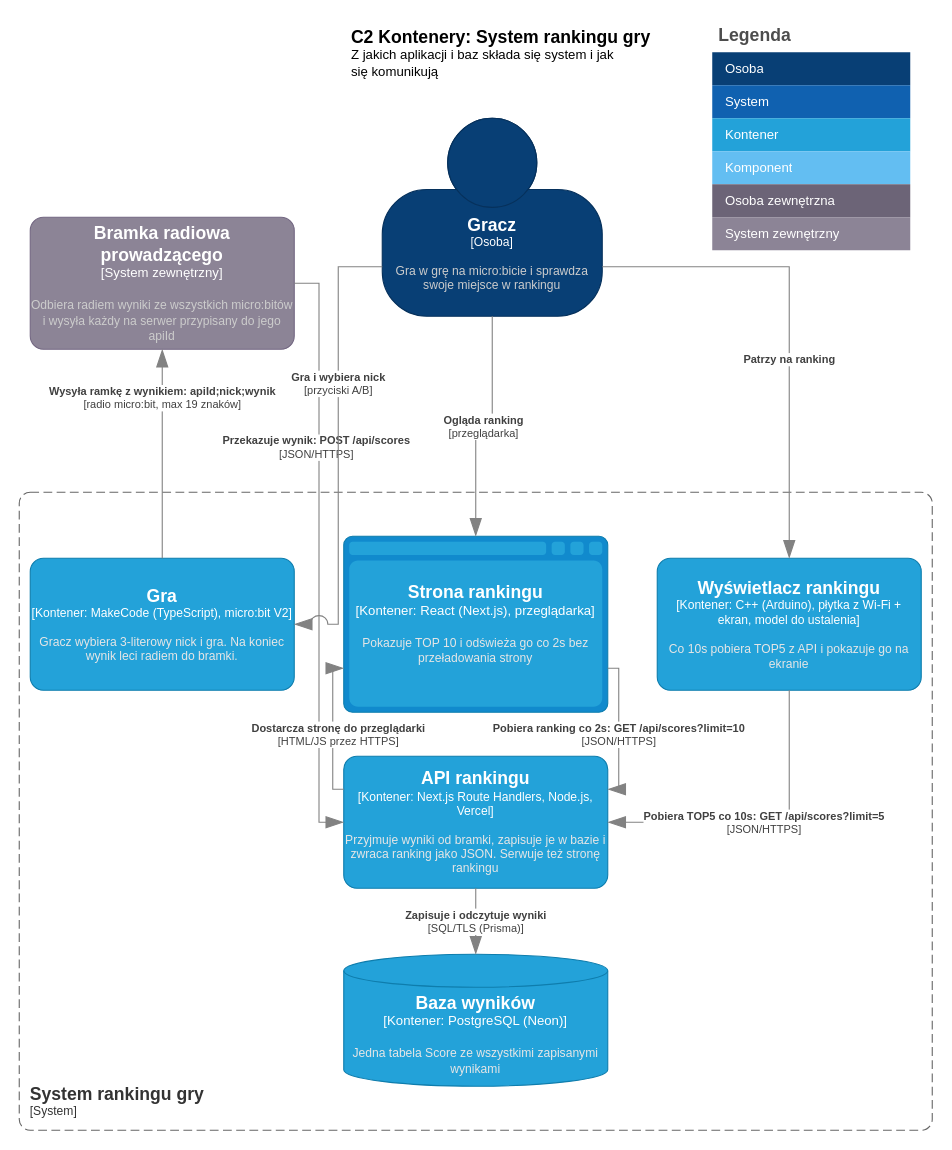
Before: page "C2 Kontenery" (2 of 4) of docs/c4-ranking.drawio in Damikk19/Sem5_JiPP, a draw.io diagram. Source tidied: cells renumbered, new cells numbered last; positions are measured from the earlier drawing's top-left corner, leaving out a move shared by most shapes. Both pictures are drawn from the tidied source at 110%, with x=0, y=0 at pixel (19, 19).
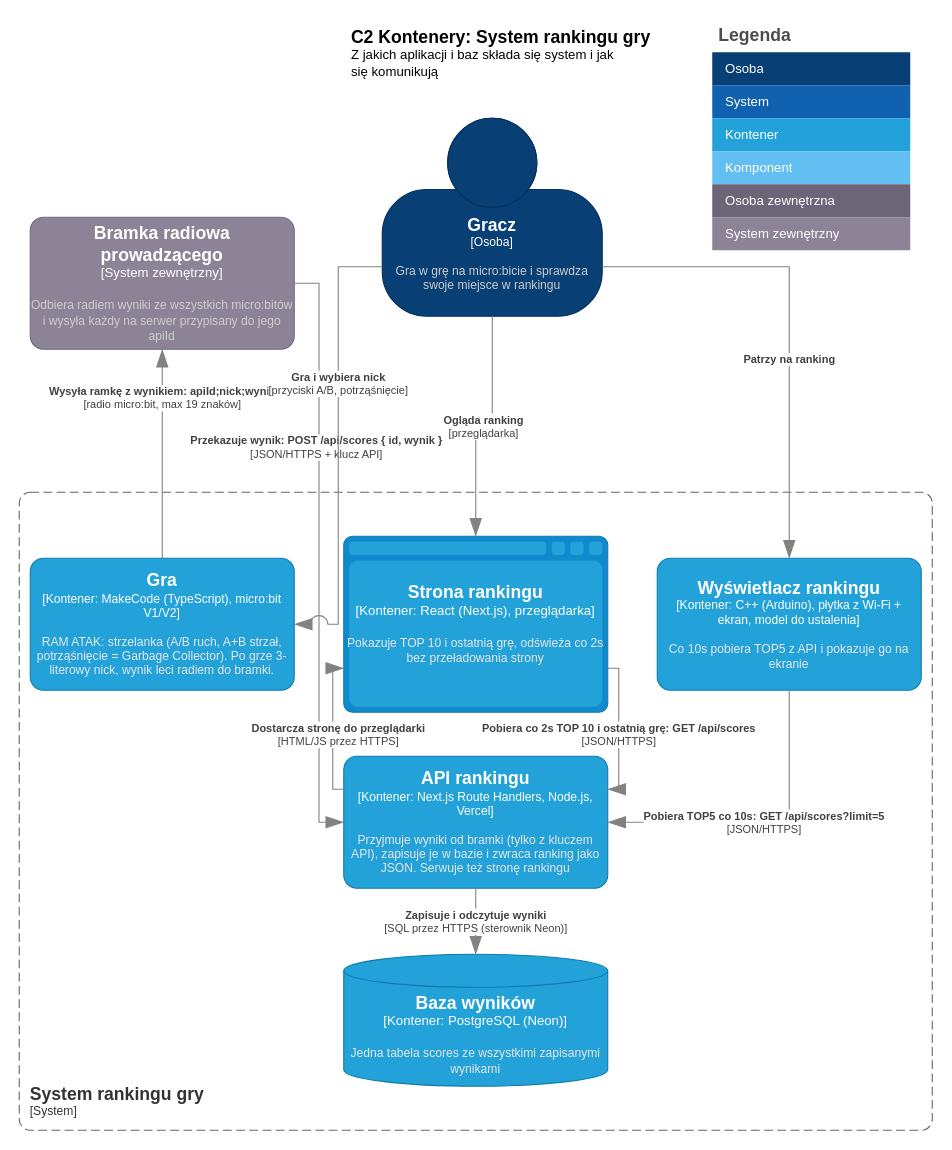
Above is the later version.

Commit message (it also covers changes not shown here):
C4: stan po 13.11 (klucz API, gra RAM ATAK, bez Prismy)

The change refers to these unchanged cells:
```xml
<object id="2" label="&lt;font style=&quot;font-size: 16px&quot;&gt;&lt;b&gt;%c4Name%&lt;/b&gt;&lt;/font&gt;&lt;div&gt;[%c4Type%]&lt;/div&gt;&lt;br&gt;&lt;div&gt;&lt;font style=&quot;font-size: 11px&quot;&gt;&lt;font color=&quot;#cccccc&quot;&gt;%c4Description%&lt;/font&gt;&lt;/div&gt;" c4Description="Gra w grę na micro:bicie i sprawdza swoje miejsce w rankingu" c4Name="Gracz" c4Type="Osoba" placeholders="1">
  <mxCell style="html=1;fontSize=11;dashed=0;whiteSpace=wrap;fillColor=#083F75;strokeColor=#06315C;fontColor=#ffffff;shape=mxgraph.c4.person2;align=center;points=[[0.5,0,0],[1,0.5,0],[1,0.75,0],[0.75,1,0],[0.5,1,0],[0.25,1,0],[0,0.75,0],[0,0.5,0]];" parent="1" vertex="1">
    <mxGeometry x="330" y="90" width="200" height="180" as="geometry" />
  </mxCell>
</object>
<object id="3" label="&lt;font style=&quot;font-size: 16px&quot;&gt;&lt;b&gt;%c4Name%&lt;/b&gt;&lt;/font&gt;&lt;div&gt;[%c4Type%]&lt;/div&gt;&lt;br&gt;&lt;div&gt;&lt;font style=&quot;font-size: 11px&quot;&gt;&lt;font color=&quot;#cccccc&quot;&gt;%c4Description%&lt;/font&gt;&lt;/div&gt;" c4Description="Odbiera radiem wyniki ze wszystkich micro:bitów i wysyła każdy na serwer przypisany do jego apiId" c4Name="Bramka radiowa prowadzącego" c4Type="System zewnętrzny" placeholders="1">
  <mxCell style="rounded=1;whiteSpace=wrap;html=1;labelBackgroundColor=none;fillColor=#8C8496;fontColor=#ffffff;align=center;arcSize=10;strokeColor=#736782;points=[[0.25,0,0],[0.5,0,0],[0.75,0,0],[1,0.25,0],[1,0.5,0],[1,0.75,0],[0.75,1,0],[0.5,1,0],[0.25,1,0],[0,0.75,0],[0,0.5,0],[0,0.25,0]];" parent="1" vertex="1">
    <mxGeometry x="10" y="180" width="240" height="120" as="geometry" />
  </mxCell>
</object>
```

The edit, as a diff of the source:
```diff
@@
-    <object id="18" label="&lt;font style=&quot;font-size: 16px&quot;&gt;&lt;b&gt;%c4Name%&lt;/b&gt;&lt;/font&gt;&lt;div&gt;[%c4Type%: %c4Technology%]&lt;/div&gt;&lt;br&gt;&lt;div&gt;&lt;font style=&quot;font-size: 11px&quot;&gt;&lt;font color=&quot;#E6E6E6&quot;&gt;%c4Description%&lt;/font&gt;&lt;/div&gt;" c4Description="Gracz wybiera 3-literowy nick i gra. Na koniec wynik leci radiem do bramki." c4Name="Gra" c4Technology="MakeCode (TypeScript), micro:bit V2" c4Type="Kontener" placeholders="1">
+    <object id="18" label="&lt;font style=&quot;font-size: 16px&quot;&gt;&lt;b&gt;%c4Name%&lt;/b&gt;&lt;/font&gt;&lt;div&gt;[%c4Type%: %c4Technology%]&lt;/div&gt;&lt;br&gt;&lt;div&gt;&lt;font style=&quot;font-size: 11px&quot;&gt;&lt;font color=&quot;#E6E6E6&quot;&gt;%c4Description%&lt;/font&gt;&lt;/div&gt;" c4Description="RAM ATAK: strzelanka (A/B ruch, A+B strzał, potrząśnięcie = Garbage Collector). Po grze 3-literowy nick, wynik leci radiem do bramki." c4Name="Gra" c4Technology="MakeCode (TypeScript), micro:bit V1/V2" c4Type="Kontener" placeholders="1">
       <mxCell style="rounded=1;whiteSpace=wrap;html=1;fontSize=11;labelBackgroundColor=none;fillColor=#23A2D9;fontColor=#ffffff;align=center;arcSize=10;strokeColor=#0E7DAD;points=[[0.25,0,0],[0.5,0,0],[0.75,0,0],[1,0.25,0],[1,0.5,0],[1,0.75,0],[0.75,1,0],[0.5,1,0],[0.25,1,0],[0,0.75,0],[0,0.5,0],[0,0.25,0]];" parent="1" vertex="1">
         <mxGeometry x="10" y="490" width="240" height="120" as="geometry" />
       </mxCell>
     </object>
-    <object id="19" label="&lt;font style=&quot;font-size: 16px&quot;&gt;&lt;b&gt;%c4Name%&lt;/b&gt;&lt;/font&gt;&lt;div&gt;[%c4Type%:&amp;nbsp;%c4Technology%]&lt;/div&gt;&lt;br&gt;&lt;div&gt;&lt;font style=&quot;font-size: 11px&quot;&gt;&lt;font color=&quot;#E6E6E6&quot;&gt;%c4Description%&lt;/font&gt;&lt;/div&gt;" c4Description="Pokazuje TOP 10 i odświeża go co 2s bez przeładowania strony" c4Name="Strona rankingu" c4Technology="React (Next.js), przeglądarka" c4Type="Kontener" placeholders="1">
+    <object id="19" label="&lt;font style=&quot;font-size: 16px&quot;&gt;&lt;b&gt;%c4Name%&lt;/b&gt;&lt;/font&gt;&lt;div&gt;[%c4Type%:&amp;nbsp;%c4Technology%]&lt;/div&gt;&lt;br&gt;&lt;div&gt;&lt;font style=&quot;font-size: 11px&quot;&gt;&lt;font color=&quot;#E6E6E6&quot;&gt;%c4Description%&lt;/font&gt;&lt;/div&gt;" c4Description="Pokazuje TOP 10 i ostatnią grę, odświeża co 2s bez przeładowania strony" c4Name="Strona rankingu" c4Technology="React (Next.js), przeglądarka" c4Type="Kontener" placeholders="1">
       <mxCell style="shape=mxgraph.c4.webBrowserContainer2;whiteSpace=wrap;html=1;boundedLbl=1;rounded=0;labelBackgroundColor=none;strokeColor=#118ACD;fillColor=#23A2D9;strokeColor=#118ACD;strokeColor2=#0E7DAD;fontSize=12;fontColor=#ffffff;align=center;points=[[0.5,0,0],[1,0.25,0],[1,0.5,0],[1,0.75,0],[0.5,1,0],[0,0.75,0],[0,0.5,0],[0,0.25,0]];" parent="1" vertex="1">
         <mxGeometry x="295" y="470" width="240" height="160" as="geometry" />
       </mxCell>
     </object>
@@
-    <object id="21" label="&lt;font style=&quot;font-size: 16px&quot;&gt;&lt;b&gt;%c4Name%&lt;/b&gt;&lt;/font&gt;&lt;div&gt;[%c4Type%: %c4Technology%]&lt;/div&gt;&lt;br&gt;&lt;div&gt;&lt;font style=&quot;font-size: 11px&quot;&gt;&lt;font color=&quot;#E6E6E6&quot;&gt;%c4Description%&lt;/font&gt;&lt;/div&gt;" c4Description="Przyjmuje wyniki od bramki, zapisuje je w bazie i zwraca ranking jako JSON. Serwuje też stronę rankingu" c4Name="API rankingu" c4Technology="Next.js Route Handlers, Node.js, Vercel" c4Type="Kontener" placeholders="1">
+    <object id="21" label="&lt;font style=&quot;font-size: 16px&quot;&gt;&lt;b&gt;%c4Name%&lt;/b&gt;&lt;/font&gt;&lt;div&gt;[%c4Type%: %c4Technology%]&lt;/div&gt;&lt;br&gt;&lt;div&gt;&lt;font style=&quot;font-size: 11px&quot;&gt;&lt;font color=&quot;#E6E6E6&quot;&gt;%c4Description%&lt;/font&gt;&lt;/div&gt;" c4Description="Przyjmuje wyniki od bramki (tylko z kluczem API), zapisuje je w bazie i zwraca ranking jako JSON. Serwuje też stronę rankingu" c4Name="API rankingu" c4Technology="Next.js Route Handlers, Node.js, Vercel" c4Type="Kontener" placeholders="1">
       <mxCell style="rounded=1;whiteSpace=wrap;html=1;fontSize=11;labelBackgroundColor=none;fillColor=#23A2D9;fontColor=#ffffff;align=center;arcSize=10;strokeColor=#0E7DAD;points=[[0.25,0,0],[0.5,0,0],[0.75,0,0],[1,0.25,0],[1,0.5,0],[1,0.75,0],[0.75,1,0],[0.5,1,0],[0.25,1,0],[0,0.75,0],[0,0.5,0],[0,0.25,0]];" parent="1" vertex="1">
         <mxGeometry x="295" y="670" width="240" height="120" as="geometry" />
       </mxCell>
     </object>
-    <object id="22" label="&lt;font style=&quot;font-size: 16px&quot;&gt;&lt;b&gt;%c4Name%&lt;/b&gt;&lt;/font&gt;&lt;div&gt;[%c4Type%:&amp;nbsp;%c4Technology%]&lt;/div&gt;&lt;br&gt;&lt;div&gt;&lt;font style=&quot;font-size: 11px&quot;&gt;&lt;font color=&quot;#E6E6E6&quot;&gt;%c4Description%&lt;/font&gt;&lt;/div&gt;" c4Description="Jedna tabela Score ze wszystkimi zapisanymi wynikami" c4Name="Baza wyników" c4Technology="PostgreSQL (Neon)" c4Type="Kontener" placeholders="1">
+    <object id="22" label="&lt;font style=&quot;font-size: 16px&quot;&gt;&lt;b&gt;%c4Name%&lt;/b&gt;&lt;/font&gt;&lt;div&gt;[%c4Type%:&amp;nbsp;%c4Technology%]&lt;/div&gt;&lt;br&gt;&lt;div&gt;&lt;font style=&quot;font-size: 11px&quot;&gt;&lt;font color=&quot;#E6E6E6&quot;&gt;%c4Description%&lt;/font&gt;&lt;/div&gt;" c4Description="Jedna tabela scores ze wszystkimi zapisanymi wynikami" c4Name="Baza wyników" c4Technology="PostgreSQL (Neon)" c4Type="Kontener" placeholders="1">
       <mxCell style="shape=cylinder3;size=15;whiteSpace=wrap;html=1;boundedLbl=1;rounded=0;labelBackgroundColor=none;fillColor=#23A2D9;fontSize=12;fontColor=#ffffff;align=center;strokeColor=#0E7DAD;points=[[0.5,0,0],[1,0.25,0],[1,0.5,0],[1,0.75,0],[0.5,1,0],[0,0.75,0],[0,0.5,0],[0,0.25,0]];" parent="1" vertex="1">
         <mxGeometry x="295" y="850" width="240" height="120" as="geometry" />
       </mxCell>
     </object>
@@
-    <object id="25" label="&lt;div style=&quot;text-align: left&quot;&gt;&lt;div style=&quot;text-align: center&quot;&gt;&lt;b&gt;%c4Description%&lt;/b&gt;&lt;/div&gt;&lt;div style=&quot;text-align: center&quot;&gt;[%c4Technology%]&lt;/div&gt;&lt;/div&gt;" c4Description="Przekazuje wynik: POST /api/scores" c4Technology="JSON/HTTPS" placeholders="1">
+    <object id="25" label="&lt;div style=&quot;text-align: left&quot;&gt;&lt;div style=&quot;text-align: center&quot;&gt;&lt;b&gt;%c4Description%&lt;/b&gt;&lt;/div&gt;&lt;div style=&quot;text-align: center&quot;&gt;[%c4Technology%]&lt;/div&gt;&lt;/div&gt;" c4Description="Przekazuje wynik: POST /api/scores { id, wynik }" c4Technology="JSON/HTTPS + klucz API" placeholders="1">
       <mxCell style="endArrow=blockThin;html=1;fontSize=10;fontColor=#404040;strokeWidth=1;endFill=1;strokeColor=#828282;elbow=vertical;endSize=14;startSize=14;jumpStyle=arc;jumpSize=16;rounded=0;edgeStyle=orthogonalEdgeStyle;defaultLabelBackgroundColor=page;entryX=0;entryY=0.5;entryDx=0;entryDy=0;entryPerimeter=0;" parent="1" edge="1" source="3" target="21">
         <mxGeometry x="-0.36" y="-2" relative="1" as="geometry">
           <mxPoint x="-1" as="offset" />
         </mxGeometry>
       </mxCell>
     </object>
-    <object id="26" label="&lt;div style=&quot;text-align: left&quot;&gt;&lt;div style=&quot;text-align: center&quot;&gt;&lt;b&gt;%c4Description%&lt;/b&gt;&lt;/div&gt;&lt;div style=&quot;text-align: center&quot;&gt;[%c4Technology%]&lt;/div&gt;&lt;/div&gt;" c4Description="Zapisuje i odczytuje wyniki" c4Technology="SQL/TLS (Prisma)" placeholders="1">
+    <object id="26" label="&lt;div style=&quot;text-align: left&quot;&gt;&lt;div style=&quot;text-align: center&quot;&gt;&lt;b&gt;%c4Description%&lt;/b&gt;&lt;/div&gt;&lt;div style=&quot;text-align: center&quot;&gt;[%c4Technology%]&lt;/div&gt;&lt;/div&gt;" c4Description="Zapisuje i odczytuje wyniki" c4Technology="SQL przez HTTPS (sterownik Neon)" placeholders="1">
       <mxCell style="endArrow=blockThin;html=1;fontSize=10;fontColor=#404040;strokeWidth=1;endFill=1;strokeColor=#828282;elbow=vertical;endSize=14;startSize=14;jumpStyle=arc;jumpSize=16;rounded=0;edgeStyle=orthogonalEdgeStyle;defaultLabelBackgroundColor=page;" parent="1" edge="1" source="21" target="22">
         <mxGeometry relative="1" as="geometry" />
       </mxCell>
     </object>
@@
-    <object id="28" label="&lt;div style=&quot;text-align: left&quot;&gt;&lt;div style=&quot;text-align: center&quot;&gt;&lt;b&gt;%c4Description%&lt;/b&gt;&lt;/div&gt;&lt;div style=&quot;text-align: center&quot;&gt;[%c4Technology%]&lt;/div&gt;&lt;/div&gt;" c4Description="Pobiera ranking co 2s: GET /api/scores?limit=10" c4Technology="JSON/HTTPS" placeholders="1">
+    <object id="28" label="&lt;div style=&quot;text-align: left&quot;&gt;&lt;div style=&quot;text-align: center&quot;&gt;&lt;b&gt;%c4Description%&lt;/b&gt;&lt;/div&gt;&lt;div style=&quot;text-align: center&quot;&gt;[%c4Technology%]&lt;/div&gt;&lt;/div&gt;" c4Description="Pobiera co 2s TOP 10 i ostatnią grę: GET /api/scores" c4Technology="JSON/HTTPS" placeholders="1">
       <mxCell style="endArrow=blockThin;html=1;fontSize=10;fontColor=#404040;strokeWidth=1;endFill=1;strokeColor=#828282;elbow=vertical;endSize=14;startSize=14;jumpStyle=arc;jumpSize=16;rounded=0;edgeStyle=orthogonalEdgeStyle;defaultLabelBackgroundColor=page;exitX=1;exitY=0.75;exitDx=0;exitDy=0;exitPerimeter=0;entryX=1;entryY=0.25;entryDx=0;entryDy=0;entryPerimeter=0;" parent="1" edge="1" source="19" target="21">
         <mxGeometry x="0.08" relative="1" as="geometry" />
       </mxCell>
     </object>
@@
-    <object id="30" label="&lt;div style=&quot;text-align: left&quot;&gt;&lt;div style=&quot;text-align: center&quot;&gt;&lt;b&gt;%c4Description%&lt;/b&gt;&lt;/div&gt;&lt;div style=&quot;text-align: center&quot;&gt;[%c4Technology%]&lt;/div&gt;&lt;/div&gt;" c4Description="Gra i wybiera nick" c4Technology="przyciski A/B" placeholders="1">
+    <object id="30" label="&lt;div style=&quot;text-align: left&quot;&gt;&lt;div style=&quot;text-align: center&quot;&gt;&lt;b&gt;%c4Description%&lt;/b&gt;&lt;/div&gt;&lt;div style=&quot;text-align: center&quot;&gt;[%c4Technology%]&lt;/div&gt;&lt;/div&gt;" c4Description="Gra i wybiera nick" c4Technology="przyciski A/B, potrząśnięcie" placeholders="1">
       <mxCell style="endArrow=blockThin;html=1;fontSize=10;fontColor=#404040;strokeWidth=1;endFill=1;strokeColor=#828282;elbow=vertical;endSize=14;startSize=14;jumpStyle=arc;jumpSize=16;rounded=0;edgeStyle=orthogonalEdgeStyle;defaultLabelBackgroundColor=page;exitX=0;exitY=0.75;exitDx=0;exitDy=0;exitPerimeter=0;entryX=1;entryY=0.5;entryDx=0;entryDy=0;entryPerimeter=0;" parent="1" edge="1" source="2" target="18">
         <mxGeometry x="-0.28" relative="1" as="geometry" />
       </mxCell>
     </object>
```
